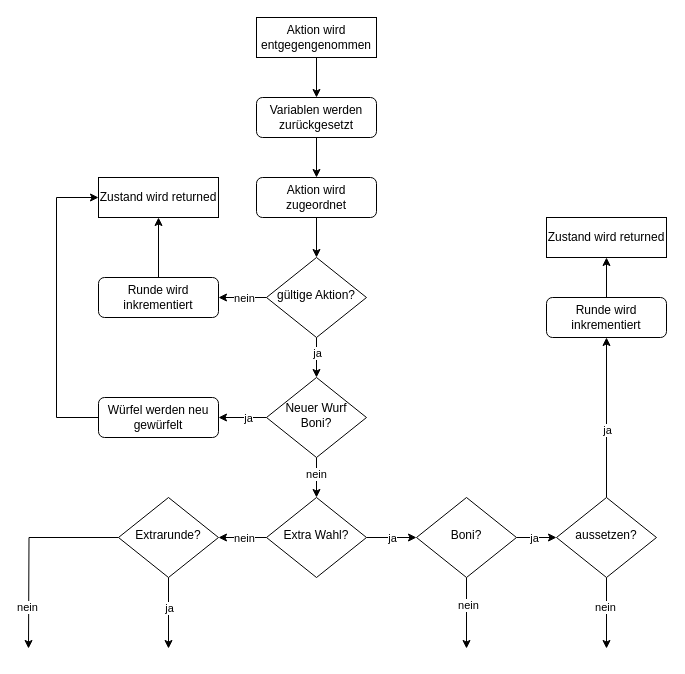
Earlier version of the draw.io diagram Bilder/step.drawio (Sander1994/BA). Source tidied: cells renumbered, new cells numbered last; positions are measured from the earlier drawing's top-left corner, leaving out a move shared by most shapes. Both pictures are drawn from the tidied source at 100%, with x=0, y=0 at pixel (28, 17).
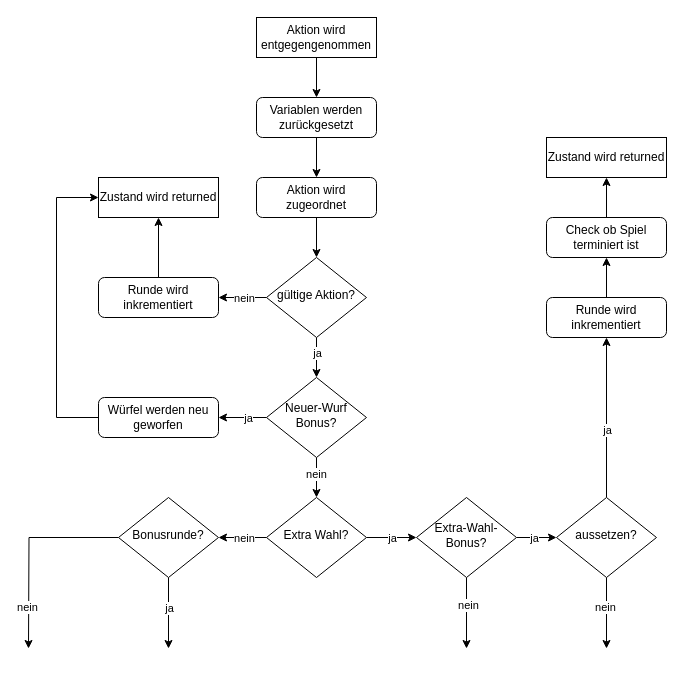
The same page after the edit.

The change refers to these unchanged cells:
```xml
<mxCell id="32" value="Runde wird inkrementiert" style="rounded=1;whiteSpace=wrap;html=1;fontSize=12;glass=0;strokeWidth=1;shadow=0;" parent="1" vertex="1">
  <mxGeometry x="518" y="280" width="120" height="40" as="geometry" />
</mxCell>
```

Diff of the diagram source:
```diff
@@
-    <mxCell id="10" value="Boni?" style="rhombus;whiteSpace=wrap;html=1;shadow=0;fontFamily=Helvetica;fontSize=12;align=center;strokeWidth=1;spacing=6;spacingTop=-4;" parent="1" vertex="1">
+    <mxCell id="10" value="Extra-Wahl-Bonus?" style="rhombus;whiteSpace=wrap;html=1;shadow=0;fontFamily=Helvetica;fontSize=12;align=center;strokeWidth=1;spacing=6;spacingTop=-4;" parent="1" vertex="1">
       <mxGeometry x="388" y="480" width="100" height="80" as="geometry" />
     </mxCell>
@@
-    <mxCell id="25" value="Extrarunde?" style="rhombus;whiteSpace=wrap;html=1;shadow=0;fontFamily=Helvetica;fontSize=12;align=center;strokeWidth=1;spacing=6;spacingTop=-4;" parent="1" vertex="1">
+    <mxCell id="25" value="Bonusrunde?" style="rhombus;whiteSpace=wrap;html=1;shadow=0;fontFamily=Helvetica;fontSize=12;align=center;strokeWidth=1;spacing=6;spacingTop=-4;" parent="1" vertex="1">
       <mxGeometry x="90" y="480" width="100" height="80" as="geometry" />
     </mxCell>
@@
-    <mxCell id="31" style="edgeStyle=orthogonalEdgeStyle;rounded=0;jettySize=auto;html=1;entryX=0.5;entryY=1;entryDx=0;entryDy=0;" parent="1" edge="1" source="32" target="38">
-      <mxGeometry relative="1" as="geometry" />
-    </mxCell>
+    <mxCell id="46" style="edgeStyle=orthogonalEdgeStyle;rounded=0;jettySize=auto;html=1;" parent="1" edge="1" source="32" target="48">
+      <mxGeometry relative="1" as="geometry" />
+    </mxCell>
@@
     <mxCell id="38" value="Zustand wird returned" style="rounded=0;whiteSpace=wrap;html=1;" parent="1" vertex="1">
-      <mxGeometry x="518" y="200" width="120" height="40" as="geometry" />
+      <mxGeometry x="518" y="120" width="120" height="40" as="geometry" />
     </mxCell>
@@
-    <mxCell id="43" value="Neuer Wurf Boni?" style="rhombus;whiteSpace=wrap;html=1;shadow=0;fontFamily=Helvetica;fontSize=12;align=center;strokeWidth=1;spacing=6;spacingTop=-4;" parent="1" vertex="1">
+    <mxCell id="43" value="Neuer-Wurf Bonus?" style="rhombus;whiteSpace=wrap;html=1;shadow=0;fontFamily=Helvetica;fontSize=12;align=center;strokeWidth=1;spacing=6;spacingTop=-4;" parent="1" vertex="1">
       <mxGeometry x="238" y="360" width="100" height="80" as="geometry" />
     </mxCell>
@@
-    <mxCell id="45" value="Würfel werden neu gewürfelt" style="rounded=1;whiteSpace=wrap;html=1;fontSize=12;glass=0;strokeWidth=1;shadow=0;" parent="1" vertex="1">
+    <mxCell id="45" value="Würfel werden neu geworfen" style="rounded=1;whiteSpace=wrap;html=1;fontSize=12;glass=0;strokeWidth=1;shadow=0;" parent="1" vertex="1">
       <mxGeometry x="70" y="380" width="120" height="40" as="geometry" />
     </mxCell>
+    <mxCell id="47" style="edgeStyle=orthogonalEdgeStyle;rounded=0;jettySize=auto;html=1;entryX=0.5;entryY=1;entryDx=0;entryDy=0;" parent="1" edge="1" source="48" target="38">
+      <mxGeometry relative="1" as="geometry" />
+    </mxCell>
+    <mxCell id="48" value="Check ob Spiel terminiert ist" style="rounded=1;whiteSpace=wrap;html=1;fontSize=12;glass=0;strokeWidth=1;shadow=0;" parent="1" vertex="1">
+      <mxGeometry x="518" y="200" width="120" height="40" as="geometry" />
+    </mxCell>
```
